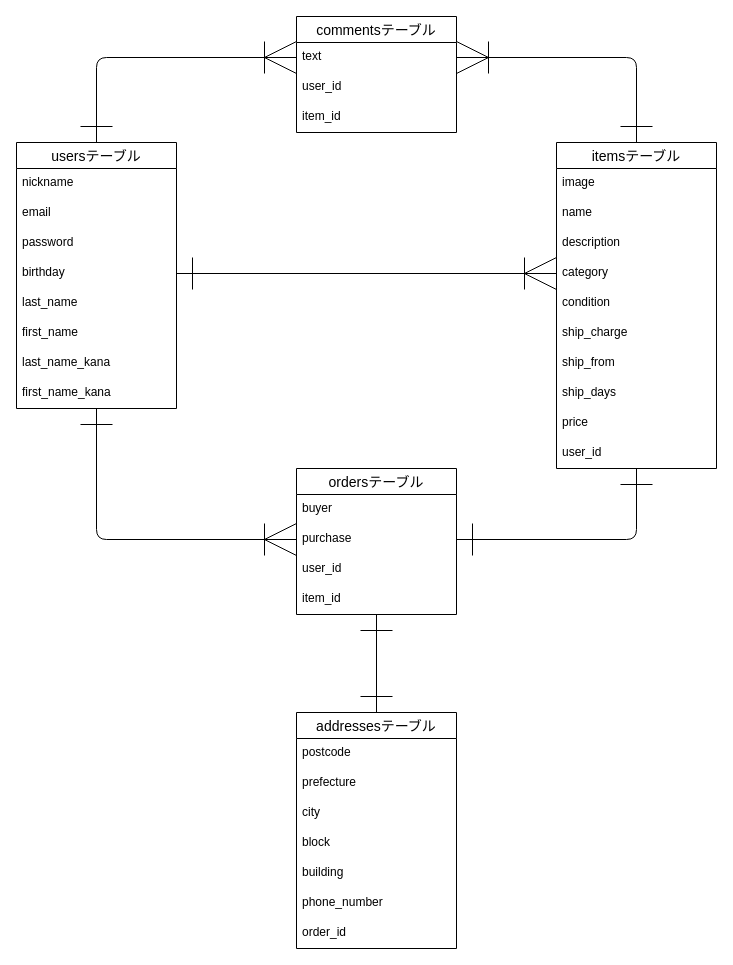
Before: furima.dio in uta-twothree/furima-35829, a draw.io diagram. Source tidied: cells renumbered, new cells numbered last; positions are measured from the earlier drawing's top-left corner, leaving out a move shared by most shapes. Both pictures are drawn from the tidied source at 100%, with x=0, y=0 at pixel (16, 16).
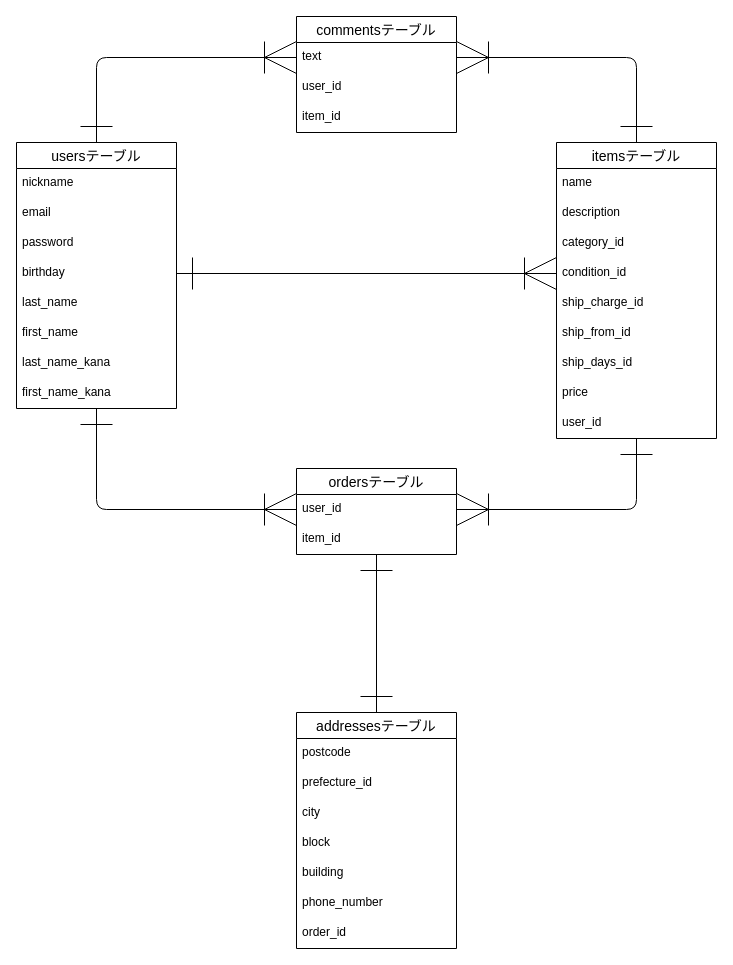
The same page after the edit.

Commit message (it also covers changes not shown here):
READMEファイル及びER図の修正

Unchanged cells that the change refers to:
```xml
<mxCell id="23" value="usersテーブル" style="swimlane;fontStyle=0;horizontal=1;startSize=26;align=center;fontSize=14;fillColor=none;" parent="1" vertex="1">
  <mxGeometry y="126" width="160" height="266" as="geometry" />
</mxCell>
<mxCell id="27" value="birthday" style="text;strokeColor=none;fillColor=none;spacingLeft=4;spacingRight=4;overflow=hidden;points=[[0,0.5],[1,0.5]];portConstraint=eastwest;fontSize=12;" parent="23" vertex="1">
  <mxGeometry y="116" width="160" height="30" as="geometry" />
</mxCell>
<mxCell id="32" value="addressesテーブル" style="swimlane;fontStyle=0;horizontal=1;startSize=26;align=center;fontSize=14;fillColor=none;" parent="1" vertex="1">
  <mxGeometry x="280" y="696" width="160" height="236" as="geometry" />
</mxCell>
```

The edit, as a diff of the source:
```diff
@@
     <mxCell id="3" value="ordersテーブル" style="swimlane;fontStyle=0;horizontal=1;startSize=26;align=center;fontSize=14;" parent="1" vertex="1">
-      <mxGeometry x="280" y="452" width="160" height="146" as="geometry" />
+      <mxGeometry x="280" y="452" width="160" height="86" as="geometry" />
     </mxCell>
-    <mxCell id="4" value="buyer" style="text;strokeColor=none;fillColor=none;spacingLeft=4;spacingRight=4;overflow=hidden;fontSize=12;" parent="3" vertex="1">
-      <mxGeometry y="26" width="160" height="30" as="geometry" />
-    </mxCell>
-    <mxCell id="5" value="purchase" style="text;strokeColor=none;fillColor=none;spacingLeft=4;spacingRight=4;overflow=hidden;points=[[0,0.5],[1,0.5]];portConstraint=eastwest;fontSize=12;" parent="3" vertex="1">
-      <mxGeometry y="56" width="160" height="30" as="geometry" />
-    </mxCell>
     <mxCell id="6" value="user_id" style="text;strokeColor=none;fillColor=none;spacingLeft=4;spacingRight=4;overflow=hidden;points=[[0,0.5],[1,0.5]];portConstraint=eastwest;fontSize=12;" parent="3" vertex="1">
-      <mxGeometry y="86" width="160" height="30" as="geometry" />
+      <mxGeometry y="26" width="160" height="30" as="geometry" />
     </mxCell>
     <mxCell id="7" value="item_id" style="text;strokeColor=none;fillColor=none;spacingLeft=4;spacingRight=4;overflow=hidden;fontSize=12;" parent="3" vertex="1">
-      <mxGeometry y="116" width="160" height="30" as="geometry" />
+      <mxGeometry y="56" width="160" height="30" as="geometry" />
     </mxCell>
@@
-    <mxCell id="9" style="edgeStyle=orthogonalEdgeStyle;curved=0;rounded=1;sketch=0;jettySize=auto;html=1;entryX=1;entryY=0.5;entryDx=0;entryDy=0;startArrow=ERone;startFill=0;startSize=30;endArrow=ERone;endFill=0;endSize=30;strokeWidth=1;" parent="1" edge="1" source="10" target="5">
-      <mxGeometry relative="1" as="geometry" />
-    </mxCell>
+    <mxCell id="45" style="edgeStyle=orthogonalEdgeStyle;curved=0;rounded=1;sketch=0;jettySize=auto;html=1;entryX=1;entryY=0.5;entryDx=0;entryDy=0;startArrow=ERone;startFill=0;startSize=30;endArrow=ERoneToMany;endFill=0;endSize=30;strokeWidth=1;" parent="1" edge="1" source="10" target="6">
+      <mxGeometry relative="1" as="geometry" />
+    </mxCell>
     <mxCell id="10" value="itemsテーブル" style="swimlane;fontStyle=0;horizontal=1;startSize=26;align=center;fontSize=14;fillColor=none;" parent="1" vertex="1">
-      <mxGeometry x="540" y="126" width="160" height="326" as="geometry" />
+      <mxGeometry x="540" y="126" width="160" height="296" as="geometry" />
     </mxCell>
-    <mxCell id="11" value="image" style="text;strokeColor=none;fillColor=none;spacingLeft=4;spacingRight=4;overflow=hidden;fontSize=12;" parent="10" vertex="1">
-      <mxGeometry y="26" width="160" height="30" as="geometry" />
-    </mxCell>
     <mxCell id="12" value="name" style="text;strokeColor=none;fillColor=none;spacingLeft=4;spacingRight=4;overflow=hidden;fontSize=12;" parent="10" vertex="1">
-      <mxGeometry y="56" width="160" height="30" as="geometry" />
+      <mxGeometry y="26" width="160" height="30" as="geometry" />
     </mxCell>
     <mxCell id="13" value="description" style="text;strokeColor=none;fillColor=none;spacingLeft=4;spacingRight=4;overflow=hidden;fontSize=12;" parent="10" vertex="1">
-      <mxGeometry y="86" width="160" height="30" as="geometry" />
+      <mxGeometry y="56" width="160" height="30" as="geometry" />
     </mxCell>
-    <mxCell id="14" value="category" style="text;strokeColor=none;fillColor=none;spacingLeft=4;spacingRight=4;overflow=hidden;points=[[0,0.5],[1,0.5]];portConstraint=eastwest;fontSize=12;" parent="10" vertex="1">
-      <mxGeometry y="116" width="160" height="30" as="geometry" />
+    <mxCell id="14" value="category_id" style="text;strokeColor=none;fillColor=none;spacingLeft=4;spacingRight=4;overflow=hidden;points=[[0,0.5],[1,0.5]];portConstraint=eastwest;fontSize=12;" parent="10" vertex="1">
+      <mxGeometry y="86" width="160" height="30" as="geometry" />
     </mxCell>
-    <mxCell id="15" value="condition" style="text;strokeColor=none;fillColor=none;spacingLeft=4;spacingRight=4;overflow=hidden;points=[[0,0.5],[1,0.5]];portConstraint=eastwest;fontSize=12;" parent="10" vertex="1">
-      <mxGeometry y="146" width="160" height="30" as="geometry" />
+    <mxCell id="15" value="condition_id" style="text;strokeColor=none;fillColor=none;spacingLeft=4;spacingRight=4;overflow=hidden;points=[[0,0.5],[1,0.5]];portConstraint=eastwest;fontSize=12;" parent="10" vertex="1">
+      <mxGeometry y="116" width="160" height="30" as="geometry" />
     </mxCell>
-    <mxCell id="16" value="ship_charge" style="text;strokeColor=none;fillColor=none;spacingLeft=4;spacingRight=4;overflow=hidden;fontSize=12;" parent="10" vertex="1">
-      <mxGeometry y="176" width="160" height="30" as="geometry" />
+    <mxCell id="16" value="ship_charge_id" style="text;strokeColor=none;fillColor=none;spacingLeft=4;spacingRight=4;overflow=hidden;fontSize=12;" parent="10" vertex="1">
+      <mxGeometry y="146" width="160" height="30" as="geometry" />
     </mxCell>
-    <mxCell id="17" value="ship_from" style="text;strokeColor=none;fillColor=none;spacingLeft=4;spacingRight=4;overflow=hidden;fontSize=12;" parent="10" vertex="1">
-      <mxGeometry y="206" width="160" height="30" as="geometry" />
+    <mxCell id="17" value="ship_from_id" style="text;strokeColor=none;fillColor=none;spacingLeft=4;spacingRight=4;overflow=hidden;fontSize=12;" parent="10" vertex="1">
+      <mxGeometry y="176" width="160" height="30" as="geometry" />
     </mxCell>
-    <mxCell id="18" value="ship_days" style="text;strokeColor=none;fillColor=none;spacingLeft=4;spacingRight=4;overflow=hidden;fontSize=12;" parent="10" vertex="1">
-      <mxGeometry y="236" width="160" height="30" as="geometry" />
+    <mxCell id="18" value="ship_days_id" style="text;strokeColor=none;fillColor=none;spacingLeft=4;spacingRight=4;overflow=hidden;fontSize=12;" parent="10" vertex="1">
+      <mxGeometry y="206" width="160" height="30" as="geometry" />
     </mxCell>
     <mxCell id="19" value="price" style="text;strokeColor=none;fillColor=none;spacingLeft=4;spacingRight=4;overflow=hidden;fontSize=12;" parent="10" vertex="1">
-      <mxGeometry y="266" width="160" height="30" as="geometry" />
+      <mxGeometry y="236" width="160" height="30" as="geometry" />
     </mxCell>
     <mxCell id="20" value="user_id" style="text;strokeColor=none;fillColor=none;spacingLeft=4;spacingRight=4;overflow=hidden;fontSize=12;" parent="10" vertex="1">
-      <mxGeometry y="296" width="160" height="30" as="geometry" />
+      <mxGeometry y="266" width="160" height="30" as="geometry" />
     </mxCell>
@@
-    <mxCell id="22" style="edgeStyle=orthogonalEdgeStyle;curved=0;rounded=1;sketch=0;jettySize=auto;html=1;entryX=0;entryY=0.5;entryDx=0;entryDy=0;startArrow=ERone;startFill=0;startSize=30;endArrow=ERoneToMany;endFill=0;endSize=30;strokeWidth=1;" parent="1" edge="1" source="23" target="5">
-      <mxGeometry relative="1" as="geometry" />
-    </mxCell>
+    <mxCell id="46" style="edgeStyle=orthogonalEdgeStyle;curved=0;rounded=1;sketch=0;jettySize=auto;html=1;entryX=0;entryY=0.5;entryDx=0;entryDy=0;startArrow=ERone;startFill=0;startSize=30;endArrow=ERoneToMany;endFill=0;endSize=30;strokeWidth=1;" parent="1" edge="1" source="23" target="6">
+      <mxGeometry relative="1" as="geometry" />
+    </mxCell>
@@
-    <mxCell id="34" value="prefecture" style="text;strokeColor=none;fillColor=none;spacingLeft=4;spacingRight=4;overflow=hidden;fontSize=12;" parent="32" vertex="1">
+    <mxCell id="34" value="prefecture_id" style="text;strokeColor=none;fillColor=none;spacingLeft=4;spacingRight=4;overflow=hidden;fontSize=12;" parent="32" vertex="1">
       <mxGeometry y="56" width="160" height="30" as="geometry" />
     </mxCell>
@@
-    <mxCell id="44" style="edgeStyle=orthogonalEdgeStyle;curved=0;rounded=1;sketch=0;jettySize=auto;html=1;startArrow=ERone;startFill=0;startSize=30;endArrow=ERoneToMany;endFill=0;endSize=30;strokeWidth=1;entryX=0;entryY=0.5;entryDx=0;entryDy=0;" parent="1" edge="1" source="27" target="14">
-      <mxGeometry relative="1" as="geometry" />
-    </mxCell>
+    <mxCell id="47" style="edgeStyle=orthogonalEdgeStyle;curved=0;rounded=1;sketch=0;jettySize=auto;html=1;entryX=0;entryY=0.5;entryDx=0;entryDy=0;startArrow=ERone;startFill=0;startSize=30;endArrow=ERoneToMany;endFill=0;endSize=30;strokeWidth=1;" parent="1" edge="1" source="27" target="15">
+      <mxGeometry relative="1" as="geometry" />
+    </mxCell>
```
